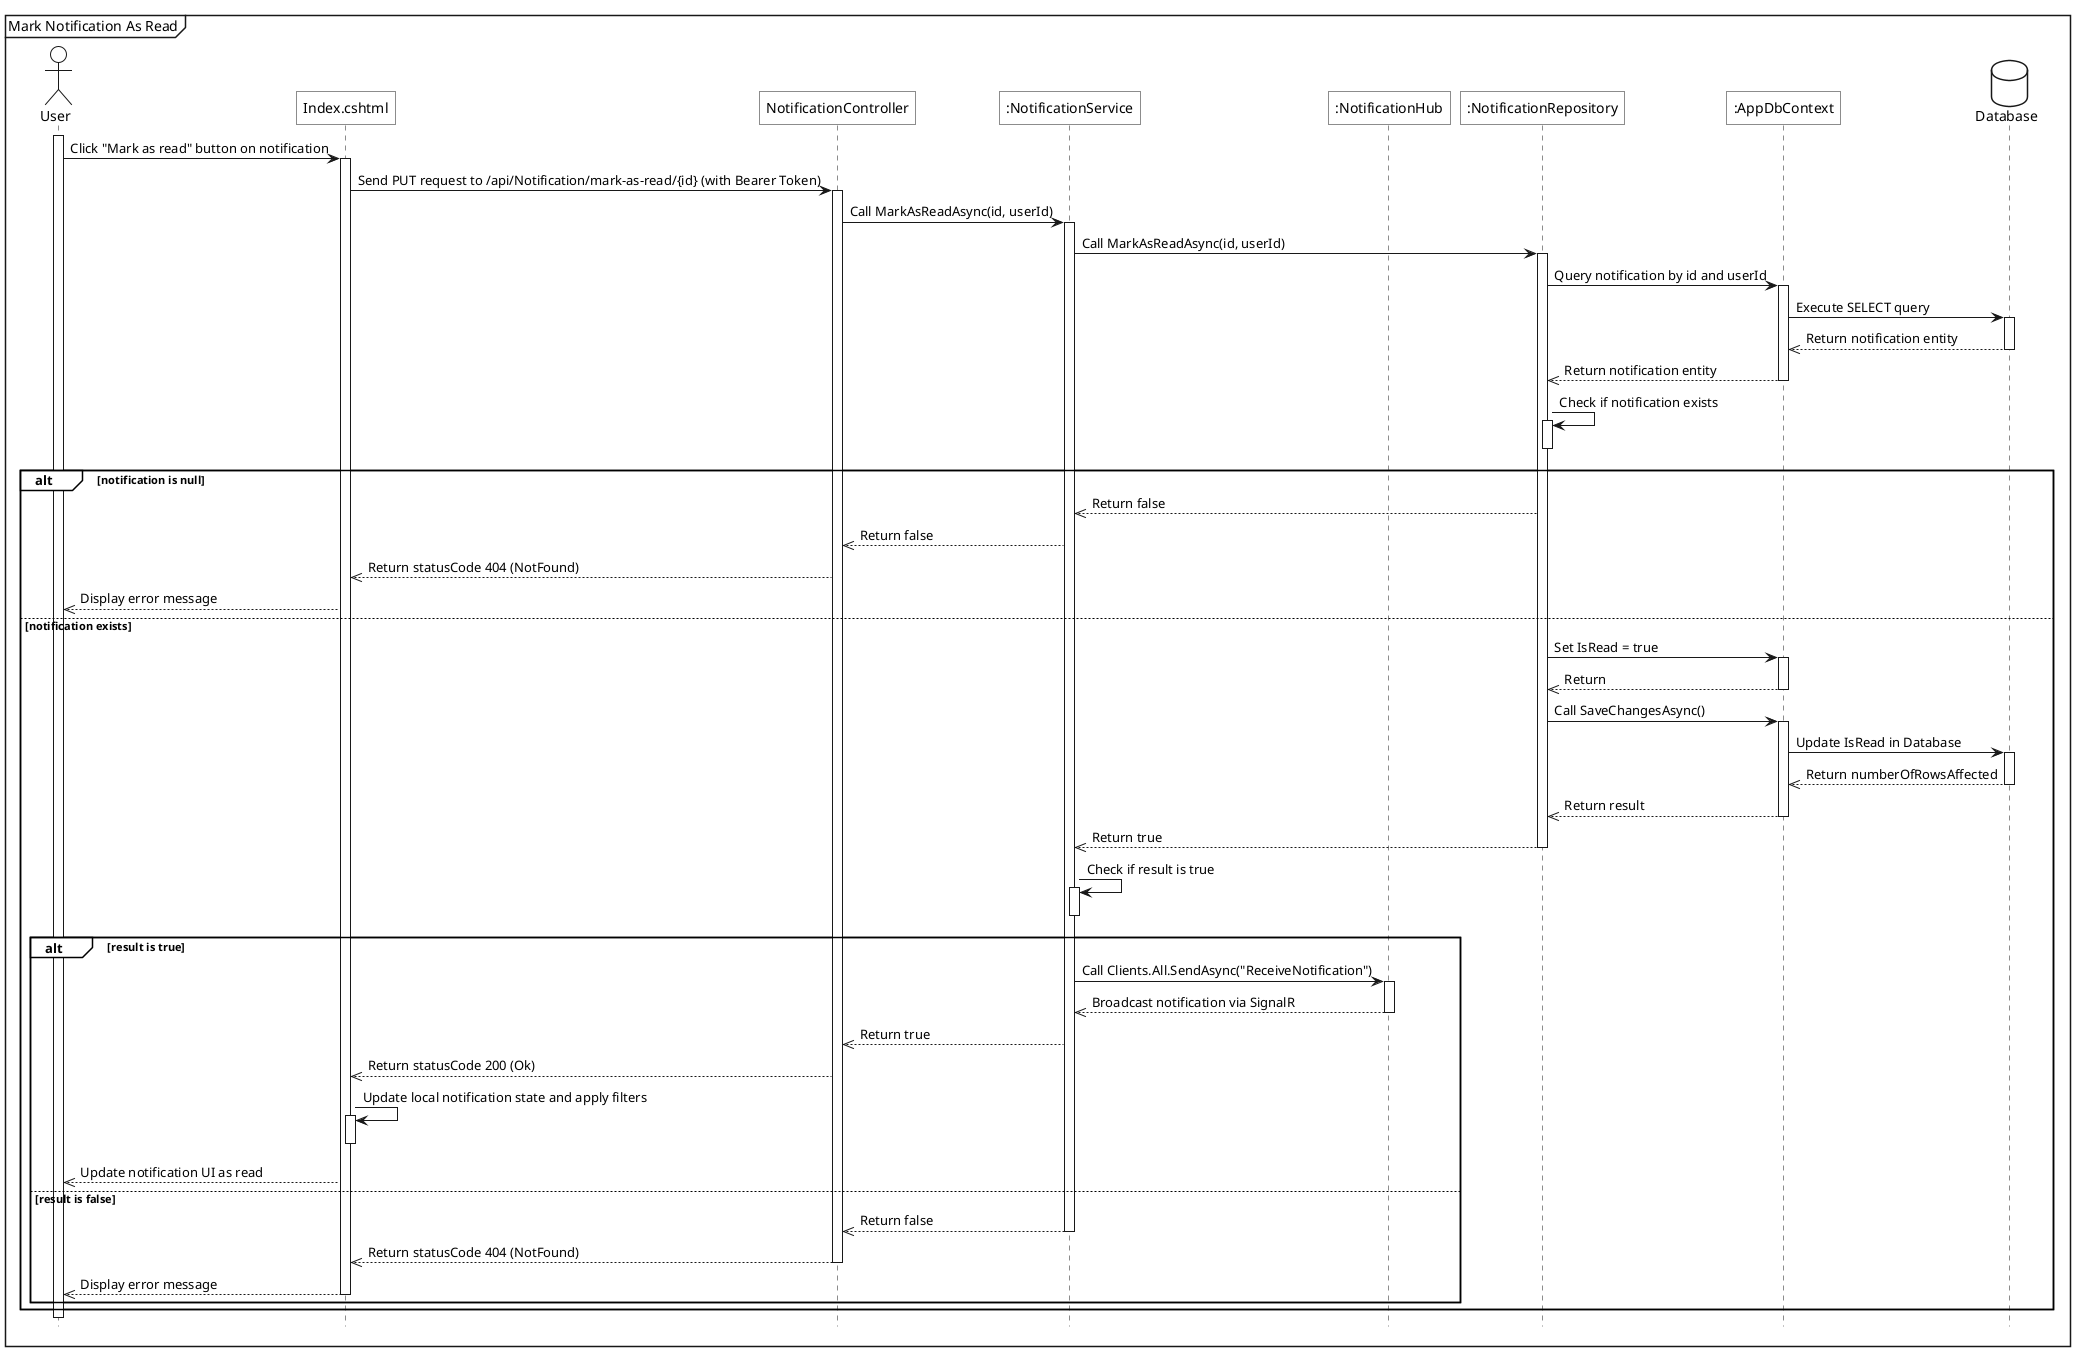
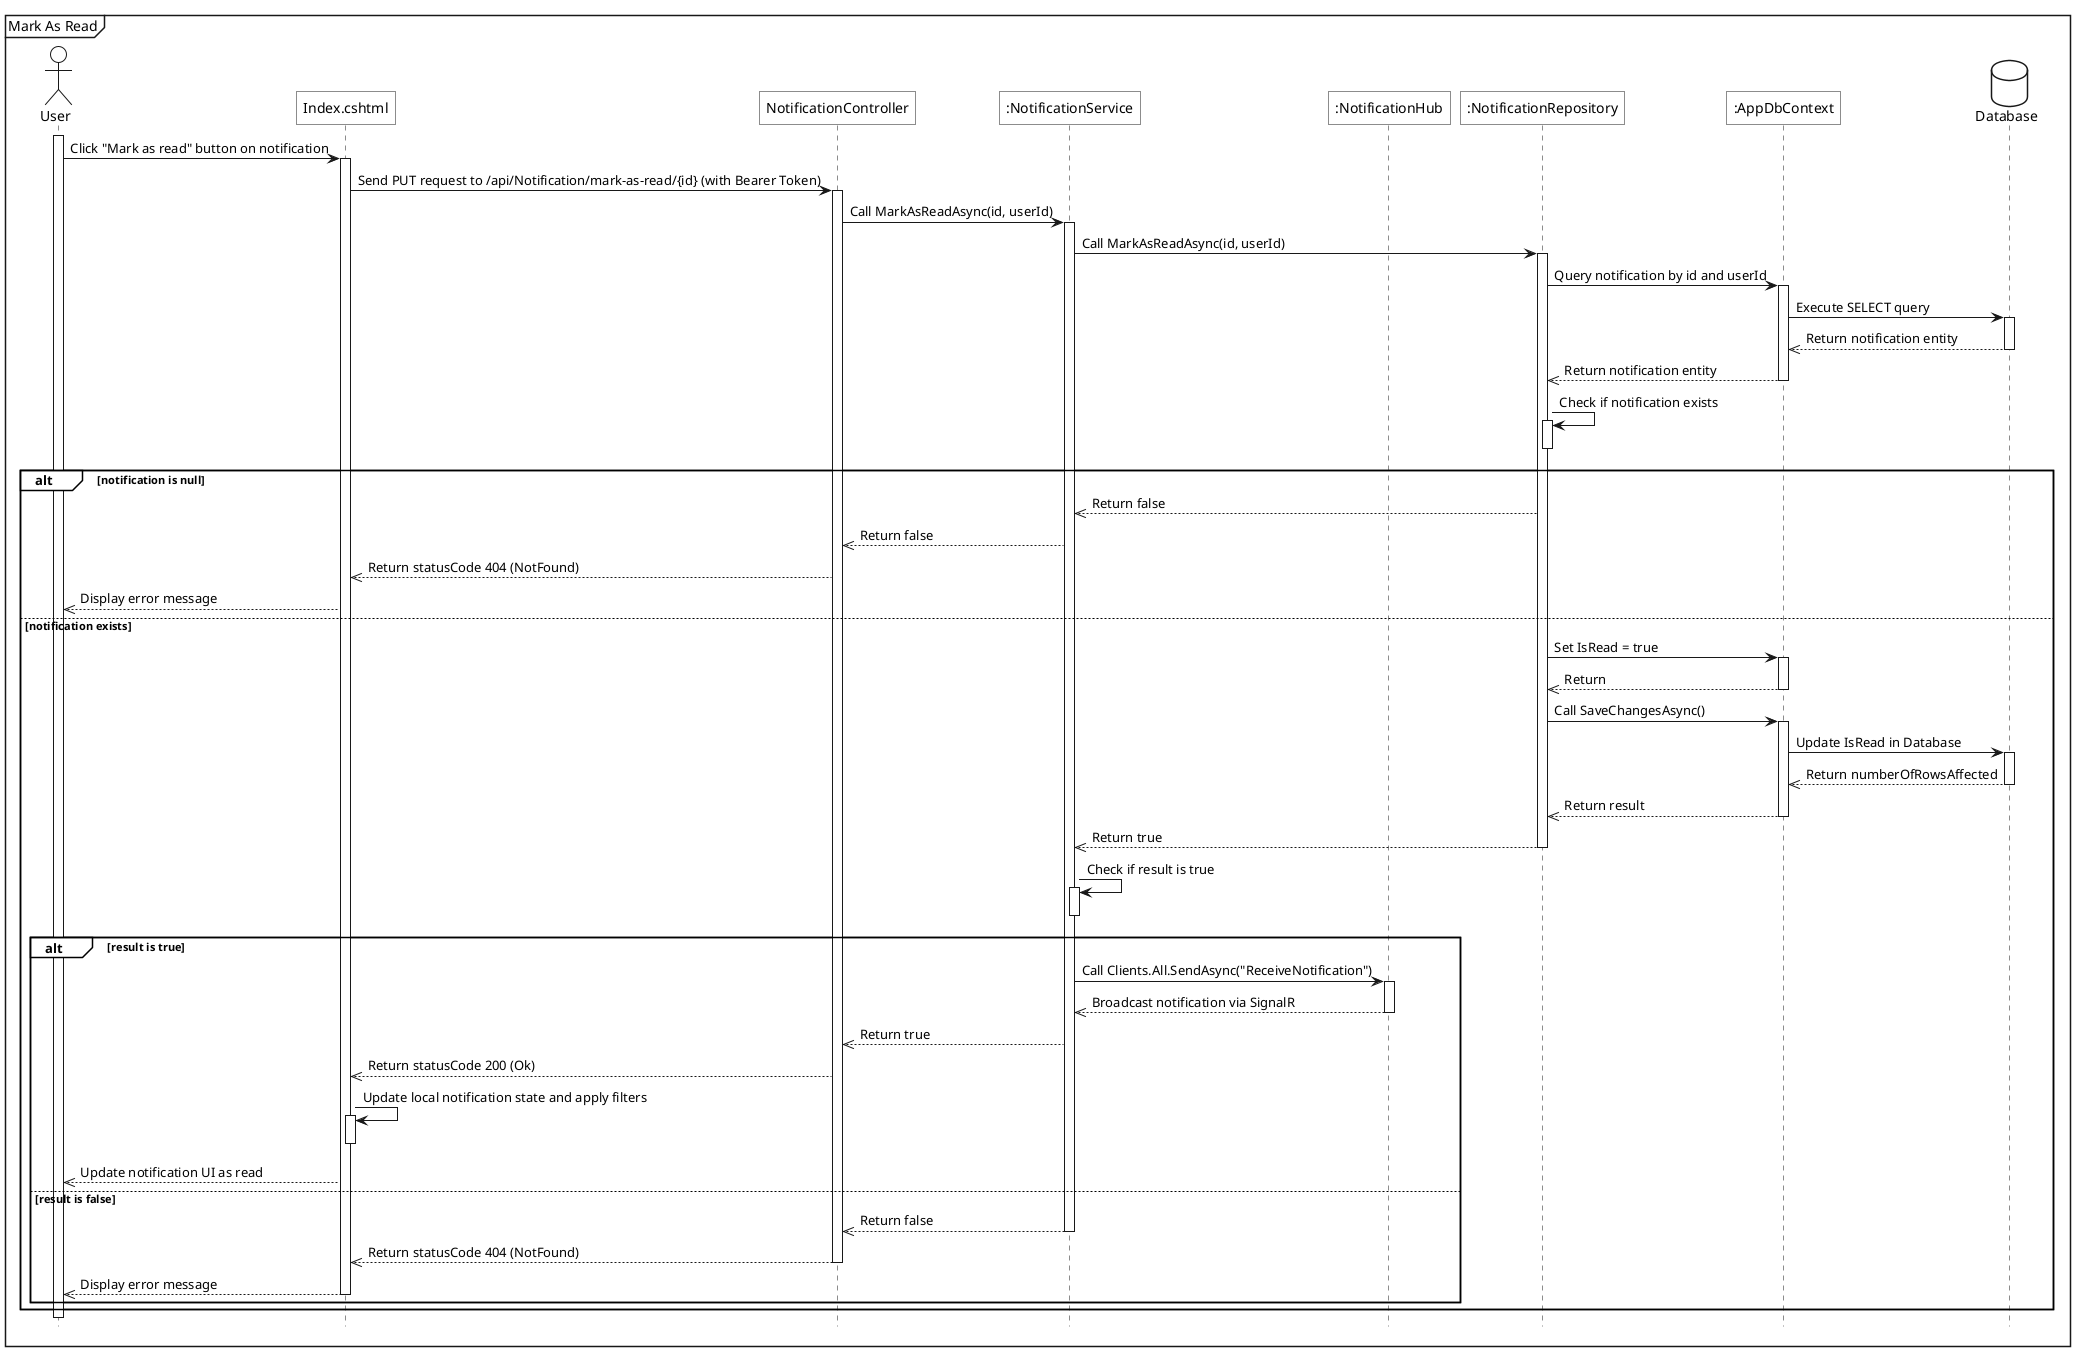
@startuml
<style>
    sequenceDiagram{
        actor{
            BackgroundColor white
            LineThickness 1.0
        }
        participant{
            BackgroundColor white
            RoundCorner 0
        }
        database{
            BackgroundColor white
        }
        groupHeader{
            BackgroundColor white
        }
        referenceHeader{
            BackgroundColor white
        }
        reference{
            BackgroundColor white
        }
    }
</style>

hide footbox

- mainframe Mark Notification As Read
+ mainframe Mark As Read
actor User as act

participant "Index.cshtml" as view
participant "NotificationController" as be_ctrl
participant ":NotificationService" as sv
participant ":NotificationHub" as hub
participant ":NotificationRepository" as repo
participant ":AppDbContext" as ctx
database Database as db

act++
act->view++:Click "Mark as read" button on notification
view->be_ctrl++:Send PUT request to /api/Notification/mark-as-read/{id} (with Bearer Token)

be_ctrl->sv++:Call MarkAsReadAsync(id, userId)
sv->repo++:Call MarkAsReadAsync(id, userId)
repo->ctx++:Query notification by id and userId
ctx->db++:Execute SELECT query
db-->>ctx--:Return notification entity
ctx-->>repo--:Return notification entity

repo->repo++:Check if notification exists
repo--
alt notification is null
    repo-->>sv: Return false
    sv-->>be_ctrl: Return false
    be_ctrl-->>view: Return statusCode 404 (NotFound)
    view-->>act: Display error message
else notification exists
    repo->ctx++:Set IsRead = true
    ctx-->>repo--:Return
    repo->ctx++:Call SaveChangesAsync()
    ctx->db++:Update IsRead in Database
    db-->>ctx--:Return numberOfRowsAffected
    ctx-->>repo--:Return result
    repo-->>sv--:Return true

    sv->sv++:Check if result is true
    sv--
    alt result is true
        sv->hub++: Call Clients.All.SendAsync("ReceiveNotification")
        hub-->>sv: Broadcast notification via SignalR
        hub--
        sv-->>be_ctrl: Return true
        be_ctrl-->>view: Return statusCode 200 (Ok)
        view->view++: Update local notification state and apply filters
        view--
        view-->>act: Update notification UI as read
    else result is false
        sv-->>be_ctrl--: Return false
        be_ctrl-->>view--: Return statusCode 404 (NotFound)
        view-->>act--: Display error message
    end
end
@enduml
